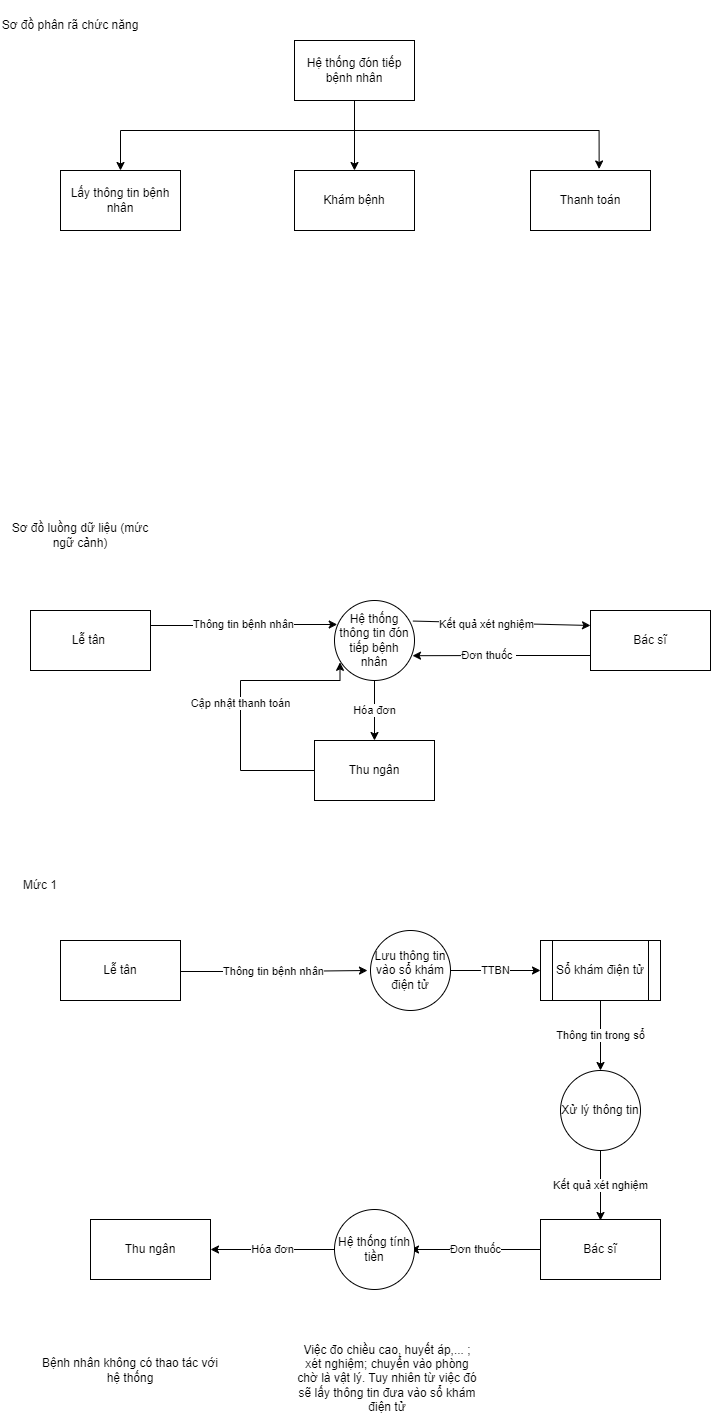
The draw.io diagram DFD4.png in InfiniteByte1811/branch1, before a commit. Source tidied: cells renumbered, new cells last; positions are measured from the earlier drawing's top-left corner, leaving out a move shared by most shapes.
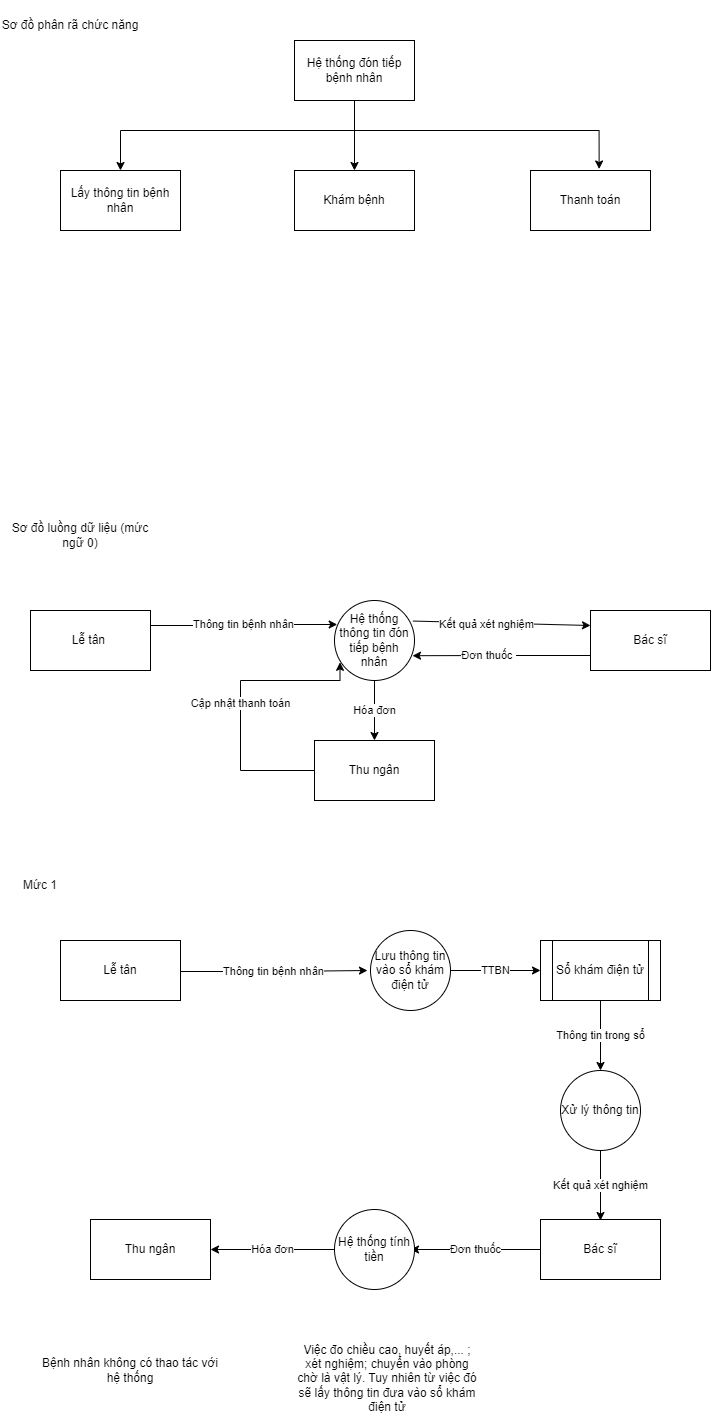
After the commit.

Commit message:
Cập nhật DFD4.png

Change to the diagram source:
```diff
@@ -5,7 +5,7 @@
     <mxCell id="2" value="Sơ đồ phân rã chức năng" style="text;html=1;strokeColor=none;fillColor=none;align=center;verticalAlign=middle;whiteSpace=wrap;rounded=0;" parent="1" vertex="1">
       <mxGeometry width="140" height="50" as="geometry" />
     </mxCell>
-    <mxCell id="3" value="Sơ đồ luồng dữ liệu (mức ngữ cảnh)" style="text;html=1;strokeColor=none;fillColor=none;align=center;verticalAlign=middle;whiteSpace=wrap;rounded=0;" parent="1" vertex="1">
+    <mxCell id="3" value="Sơ đồ luồng dữ liệu (mức ngữ 0)" style="text;html=1;strokeColor=none;fillColor=none;align=center;verticalAlign=middle;whiteSpace=wrap;rounded=0;" parent="1" vertex="1">
       <mxGeometry x="10" y="510" width="140" height="50" as="geometry" />
     </mxCell>
     <mxCell id="4" value="Thông tin bệnh nhân" style="edgeStyle=orthogonalEdgeStyle;rounded=0;jettySize=auto;html=1;exitX=1;exitY=0.25;exitDx=0;exitDy=0;entryX=0.034;entryY=0.3;entryDx=0;entryDy=0;entryPerimeter=0;" parent="1" edge="1" source="5" target="10">
```
